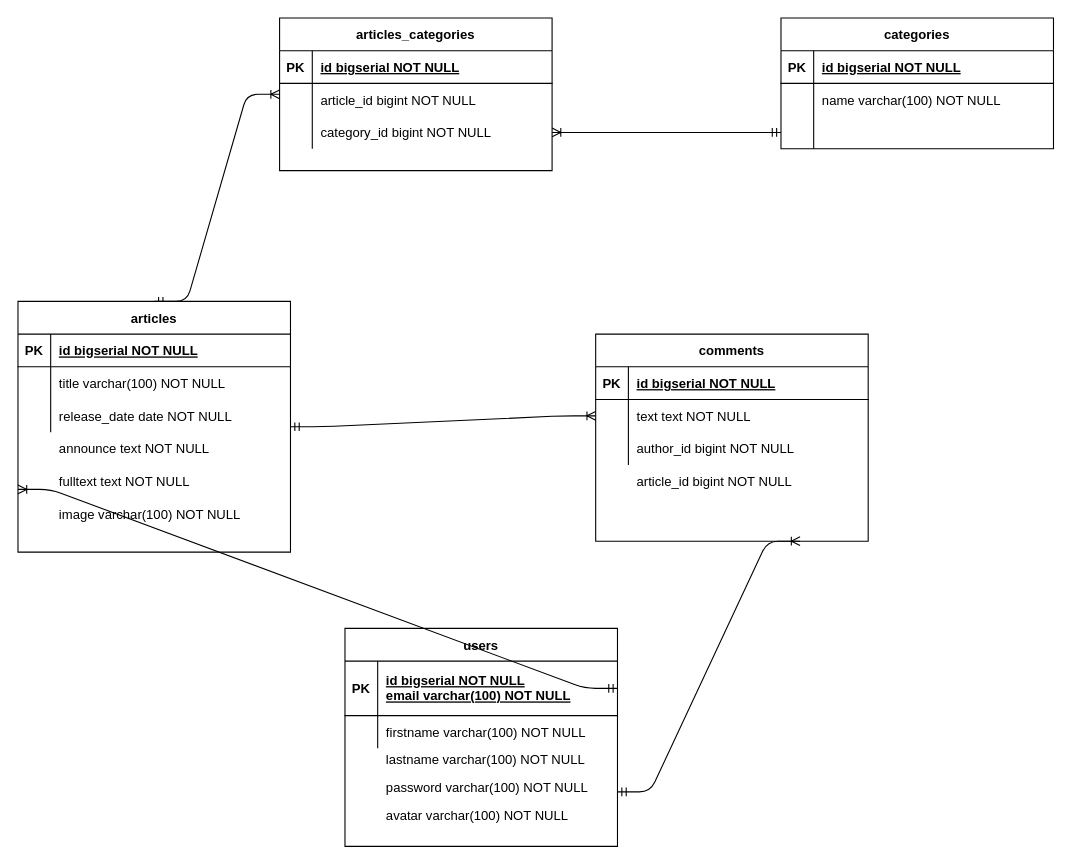
The draw.io diagram logical-model.drawio in Nikmas-creator/1103621-typoteka-3, before the edit. Source tidied: cells renumbered, new cells numbered last; positions are measured from the earlier drawing's top-left corner, leaving out a move shared by most shapes. Both pictures are drawn from the tidied source at 109%, with x=0, y=0 at pixel (17, 17).
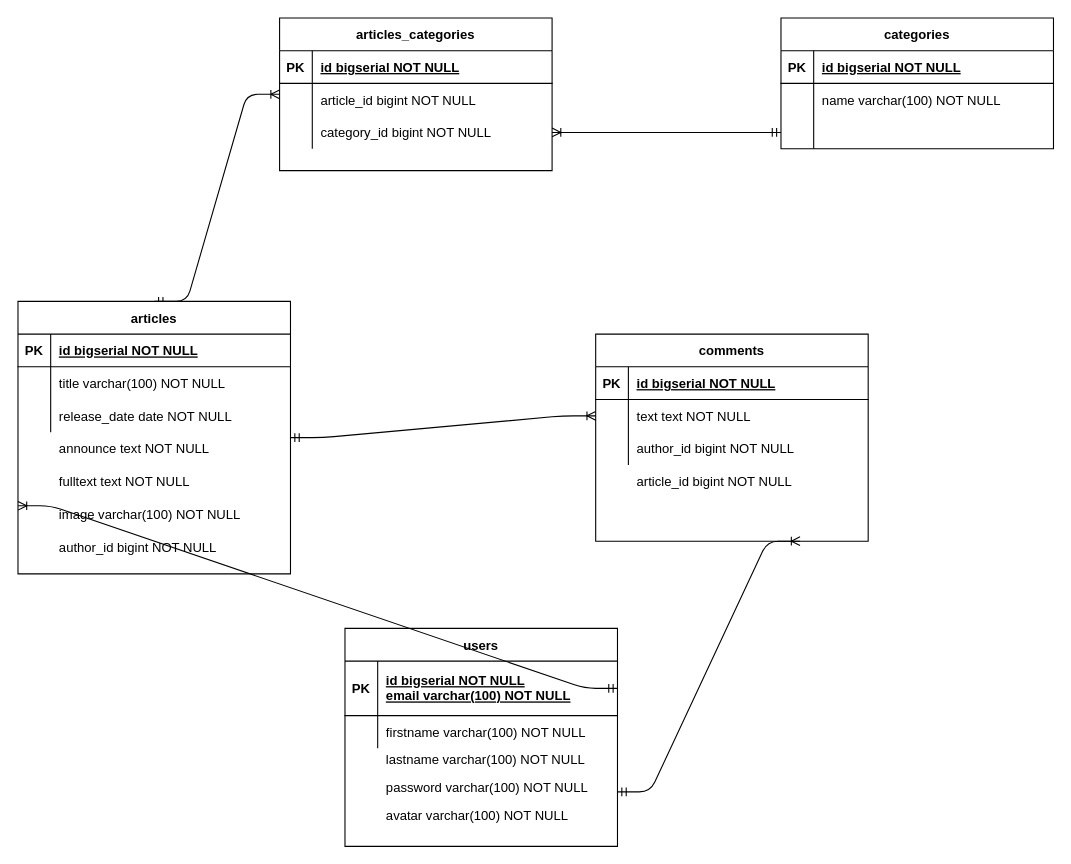
Above is the later version.

Change to the diagram source:
```diff
@@
     <mxCell id="51" value="articles" style="shape=table;startSize=30;childLayout=tableLayout;rowLines=0;fontStyle=1;align=center;" parent="1" vertex="1">
-      <mxGeometry y="260" width="250" height="230" as="geometry" />
+      <mxGeometry y="260" width="250" height="250" as="geometry" />
     </mxCell>
@@
+    <mxCell id="62" value="author_id bigint NOT NULL" style="shape=partialRectangle;overflow=hidden;fillColor=none;top=0;left=0;bottom=0;right=0;align=left;spacingLeft=6;" parent="1" vertex="1">
+      <mxGeometry x="30" y="470" width="220" height="30" as="geometry" />
+    </mxCell>
```
